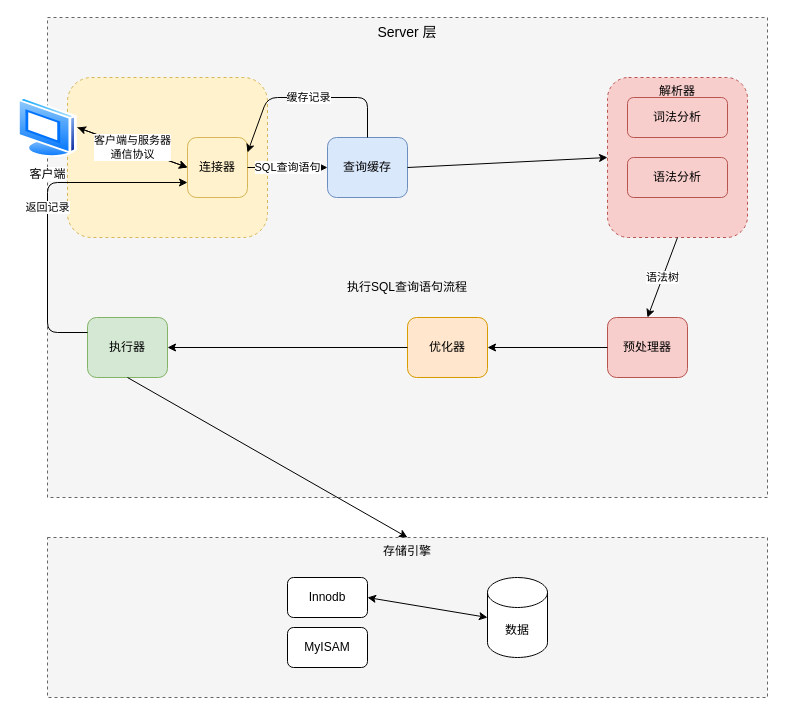
Above: 002tech_notes/02MySQL/SQL执行流程.drawio in SubtleSpark/develop-note (draw.io), before the change. Source tidied: cells renumbered, new cells numbered last; positions are measured from the earlier drawing's top-left corner, leaving out a move shared by most shapes. Both pictures are drawn from the tidied source at 100%, with x=0, y=0 at pixel (17, 17).
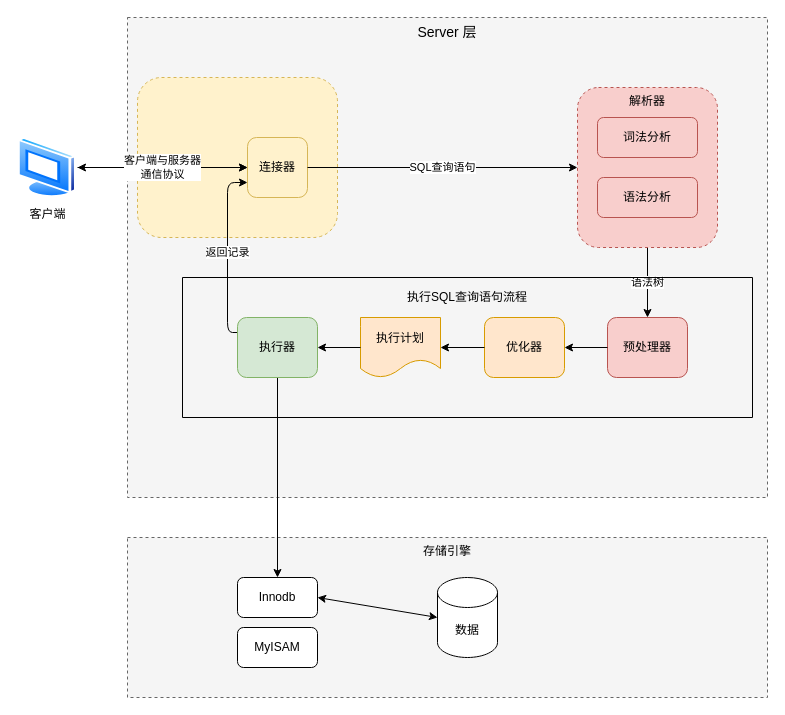
The same diagram, later.

Commit message:
vault backup: 2025-06-15 23:54:26

What changed in the source:
```diff
@@
     <mxCell id="2" value="Server 层" style="rounded=0;whiteSpace=wrap;html=1;fillColor=#f5f5f5;strokeColor=#666666;dashed=1;verticalAlign=top;fontSize=14;" parent="1" vertex="1">
-      <mxGeometry x="30" width="720" height="480" as="geometry" />
+      <mxGeometry x="110" width="640" height="480" as="geometry" />
     </mxCell>
     <mxCell id="3" style="rounded=1;whiteSpace=wrap;html=1;fillColor=#fff2cc;strokeColor=#d6b656;dashed=1;" parent="1" vertex="1">
-      <mxGeometry x="50" y="60" width="200" height="160" as="geometry" />
+      <mxGeometry x="120" y="60" width="200" height="160" as="geometry" />
     </mxCell>
     <mxCell id="4" value="客户端" style="shape=image;html=1;verticalAlign=top;verticalLabelPosition=bottom;labelBackgroundColor=default;imageAspect=0;image=img/lib/active_directory/vista_terminal.svg;perimeter=ellipsePerimeter;shadow=0;dashed=0;spacingTop=3;" parent="1" vertex="1">
-      <mxGeometry y="80" width="60" height="60" as="geometry" />
+      <mxGeometry y="120" width="60" height="60" as="geometry" />
     </mxCell>
     <mxCell id="5" value="连接器" style="rounded=1;whiteSpace=wrap;html=1;fillColor=#fff2cc;strokeColor=#d6b656;" parent="1" vertex="1">
-      <mxGeometry x="170" y="120" width="60" height="60" as="geometry" />
+      <mxGeometry x="230" y="120" width="60" height="60" as="geometry" />
     </mxCell>
-    <mxCell id="6" value="查询缓存" style="rounded=1;whiteSpace=wrap;html=1;fillColor=#dae8fc;strokeColor=#6c8ebf;" parent="1" vertex="1">
-      <mxGeometry x="310" y="120" width="80" height="60" as="geometry" />
-    </mxCell>
-    <mxCell id="7" value="解析器" style="rounded=1;whiteSpace=wrap;html=1;fillColor=#f8cecc;strokeColor=#b85450;dashed=1;verticalAlign=top;" parent="1" vertex="1">
-      <mxGeometry x="590" y="60" width="140" height="160" as="geometry" />
-    </mxCell>
-    <mxCell id="8" value="词法分析" style="rounded=1;whiteSpace=wrap;html=1;fillColor=#f8cecc;strokeColor=#b85450;" parent="1" vertex="1">
-      <mxGeometry x="610" y="80" width="100" height="40" as="geometry" />
-    </mxCell>
-    <mxCell id="9" value="语法分析" style="rounded=1;whiteSpace=wrap;html=1;fillColor=#f8cecc;strokeColor=#b85450;" parent="1" vertex="1">
-      <mxGeometry x="610" y="140" width="100" height="40" as="geometry" />
-    </mxCell>
-    <mxCell id="10" value="执行SQL查询语句流程" style="text;html=1;strokeColor=none;fillColor=none;align=center;verticalAlign=middle;whiteSpace=wrap;rounded=0;" parent="1" vertex="1">
-      <mxGeometry x="310" y="260" width="160" height="20" as="geometry" />
-    </mxCell>
-    <mxCell id="11" value="执行器" style="rounded=1;whiteSpace=wrap;html=1;fillColor=#d5e8d4;strokeColor=#82b366;" parent="1" vertex="1">
-      <mxGeometry x="70" y="300" width="80" height="60" as="geometry" />
-    </mxCell>
-    <mxCell id="12" value="优化器" style="rounded=1;whiteSpace=wrap;html=1;fillColor=#ffe6cc;strokeColor=#d79b00;" parent="1" vertex="1">
-      <mxGeometry x="390" y="300" width="80" height="60" as="geometry" />
-    </mxCell>
-    <mxCell id="13" value="预处理器" style="rounded=1;whiteSpace=wrap;html=1;fillColor=#f8cecc;strokeColor=#b85450;" parent="1" vertex="1">
-      <mxGeometry x="590" y="300" width="80" height="60" as="geometry" />
-    </mxCell>
     <mxCell id="14" value="存储引擎" style="rounded=0;whiteSpace=wrap;html=1;fillColor=#f5f5f5;strokeColor=#666666;dashed=1;verticalAlign=top;" parent="1" vertex="1">
-      <mxGeometry x="30" y="520" width="720" height="160" as="geometry" />
+      <mxGeometry x="110" y="520" width="640" height="160" as="geometry" />
     </mxCell>
     <mxCell id="15" value="Innodb" style="rounded=1;whiteSpace=wrap;html=1;" parent="1" vertex="1">
-      <mxGeometry x="270" y="560" width="80" height="40" as="geometry" />
+      <mxGeometry x="220" y="560" width="80" height="40" as="geometry" />
     </mxCell>
     <mxCell id="16" value="MyISAM" style="rounded=1;whiteSpace=wrap;html=1;" parent="1" vertex="1">
-      <mxGeometry x="270" y="610" width="80" height="40" as="geometry" />
+      <mxGeometry x="220" y="610" width="80" height="40" as="geometry" />
     </mxCell>
     <mxCell id="17" value="数据" style="shape=cylinder3;whiteSpace=wrap;html=1;boundedLbl=1;backgroundOutline=1;size=15;" parent="1" vertex="1">
-      <mxGeometry x="470" y="560" width="60" height="80" as="geometry" />
+      <mxGeometry x="420" y="560" width="60" height="80" as="geometry" />
     </mxCell>
@@
-    <mxCell id="20" value="SQL查询语句" style="endArrow=classic;html=1;exitX=1;exitY=0.5;entryX=0;entryY=0.5;" parent="1" edge="1" source="5" target="6">
+    <mxCell id="20" value="SQL查询语句" style="endArrow=classic;html=1;exitX=1;exitY=0.5;entryX=0;entryY=0.5;entryDx=0;entryDy=0;" parent="1" edge="1" source="5" target="7">
       <mxGeometry relative="1" as="geometry" />
     </mxCell>
-    <mxCell id="21" style="endArrow=classic;html=1;exitX=1;exitY=0.5;entryX=0;entryY=0.5;" parent="1" edge="1" source="6" target="7">
-      <mxGeometry relative="1" as="geometry" />
-    </mxCell>
@@
-    <mxCell id="23" style="endArrow=classic;html=1;exitX=0;exitY=0.5;entryX=1;entryY=0.5;" parent="1" edge="1" source="13" target="12">
-      <mxGeometry relative="1" as="geometry" />
-    </mxCell>
-    <mxCell id="24" style="endArrow=classic;html=1;exitX=0;exitY=0.5;entryX=1;entryY=0.5;" parent="1" edge="1" source="12" target="11">
-      <mxGeometry relative="1" as="geometry" />
-    </mxCell>
-    <mxCell id="25" style="endArrow=classic;html=1;exitX=0.5;exitY=1;entryX=0.5;entryY=0;" parent="1" edge="1" source="11" target="14">
+    <mxCell id="25" style="endArrow=classic;html=1;exitX=0.5;exitY=1;entryX=0.5;entryY=0;entryDx=0;entryDy=0;" parent="1" edge="1" source="11" target="15">
       <mxGeometry relative="1" as="geometry" />
     </mxCell>
@@
-    <mxCell id="27" value="返回记录" style="endArrow=classic;html=1;exitX=0;exitY=0.25;entryX=0;entryY=0.75;" parent="1" edge="1" source="11" target="5">
-      <mxGeometry relative="1" as="geometry">
-        <Array as="points">
-          <mxPoint x="30" y="315" />
-          <mxPoint x="30" y="165" />
-        </Array>
-      </mxGeometry>
+    <mxCell id="27" value="返回记录" style="endArrow=classic;html=1;exitX=0;exitY=0.25;entryX=0;entryY=0.75;strokeColor=default;edgeStyle=orthogonalEdgeStyle;" parent="1" edge="1" source="11" target="5">
+      <mxGeometry relative="1" as="geometry" />
     </mxCell>
-    <mxCell id="28" value="缓存记录" style="endArrow=classic;html=1;exitX=0.5;exitY=0;entryX=1;entryY=0.25;" parent="1" edge="1" source="6" target="5">
-      <mxGeometry relative="1" as="geometry">
-        <Array as="points">
-          <mxPoint x="350" y="80" />
-          <mxPoint x="250" y="80" />
-        </Array>
-      </mxGeometry>
-    </mxCell>
+    <mxCell id="29" style="group;" parent="1" vertex="1">
+      <mxGeometry x="560" y="70" width="140" height="160" as="geometry" />
+    </mxCell>
+    <mxCell id="7" value="解析器" style="rounded=1;whiteSpace=wrap;html=1;fillColor=#f8cecc;strokeColor=#b85450;dashed=1;verticalAlign=top;" parent="29" vertex="1">
+      <mxGeometry width="140" height="160" as="geometry" />
+    </mxCell>
+    <mxCell id="8" value="词法分析" style="rounded=1;whiteSpace=wrap;html=1;fillColor=#f8cecc;strokeColor=#b85450;" parent="29" vertex="1">
+      <mxGeometry x="20" y="30" width="100" height="40" as="geometry" />
+    </mxCell>
+    <mxCell id="9" value="语法分析" style="rounded=1;whiteSpace=wrap;html=1;fillColor=#f8cecc;strokeColor=#b85450;" parent="29" vertex="1">
+      <mxGeometry x="20" y="90" width="100" height="40" as="geometry" />
+    </mxCell>
+    <mxCell id="30" style="swimlane;startSize=0;" parent="1" vertex="1">
+      <mxGeometry x="165" y="260" width="570" height="140" as="geometry" />
+    </mxCell>
+    <mxCell id="13" value="预处理器" style="rounded=1;whiteSpace=wrap;html=1;fillColor=#f8cecc;strokeColor=#b85450;" parent="30" vertex="1">
+      <mxGeometry x="425" y="40" width="80" height="60" as="geometry" />
+    </mxCell>
+    <mxCell id="12" value="优化器" style="rounded=1;whiteSpace=wrap;html=1;fillColor=#ffe6cc;strokeColor=#d79b00;" parent="30" vertex="1">
+      <mxGeometry x="302" y="40" width="80" height="60" as="geometry" />
+    </mxCell>
+    <mxCell id="23" style="endArrow=classic;html=1;exitX=0;exitY=0.5;entryX=1;entryY=0.5;" parent="30" edge="1" source="13" target="12">
+      <mxGeometry relative="1" as="geometry" />
+    </mxCell>
+    <mxCell id="11" value="执行器" style="rounded=1;whiteSpace=wrap;html=1;fillColor=#d5e8d4;strokeColor=#82b366;" parent="30" vertex="1">
+      <mxGeometry x="55" y="40" width="80" height="60" as="geometry" />
+    </mxCell>
+    <mxCell id="10" value="执行SQL查询语句流程" style="text;html=1;strokeColor=none;fillColor=none;align=center;verticalAlign=middle;whiteSpace=wrap;rounded=0;" parent="30" vertex="1">
+      <mxGeometry x="205" y="10" width="160" height="20" as="geometry" />
+    </mxCell>
+    <mxCell id="31" value="执行计划" style="rounded=1;whiteSpace=wrap;html=1;fillColor=#ffe6cc;strokeColor=#d79b00;shape=document;boundedLbl=1;" parent="30" vertex="1">
+      <mxGeometry x="178" y="40" width="80" height="60" as="geometry" />
+    </mxCell>
+    <mxCell id="32" style="endArrow=classic;html=1;exitX=0;exitY=0.5;entryX=1;entryY=0.5;" parent="30" edge="1" source="12" target="31">
+      <mxGeometry relative="1" as="geometry" />
+    </mxCell>
+    <mxCell id="24" style="endArrow=classic;html=1;exitX=0;exitY=0.5;entryX=1;entryY=0.5;" parent="30" edge="1" source="31" target="11">
+      <mxGeometry relative="1" as="geometry" />
+    </mxCell>
```
